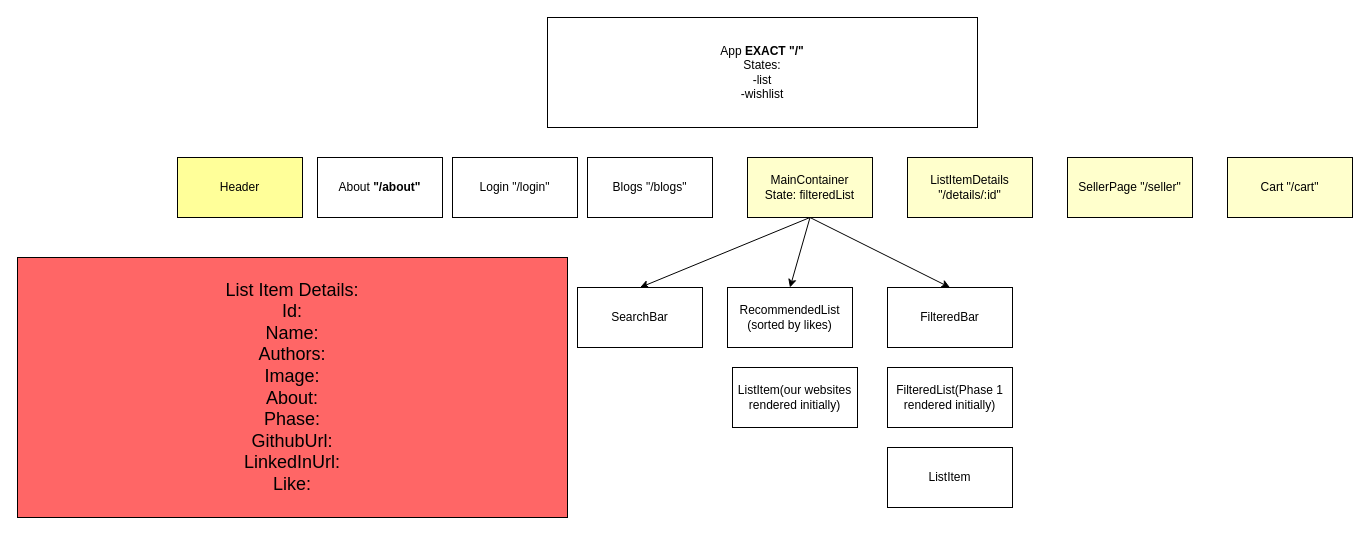
Above: flatapp-store/src/hierarchy.drawio in conniedc1206/flatapp-store-app (draw.io), before the change. Source tidied: cells renumbered, new cells numbered last; positions are measured from the earlier drawing's top-left corner, leaving out a move shared by most shapes. Both pictures are drawn from the tidied source at 100%, with x=0, y=0 at pixel (17, 17).
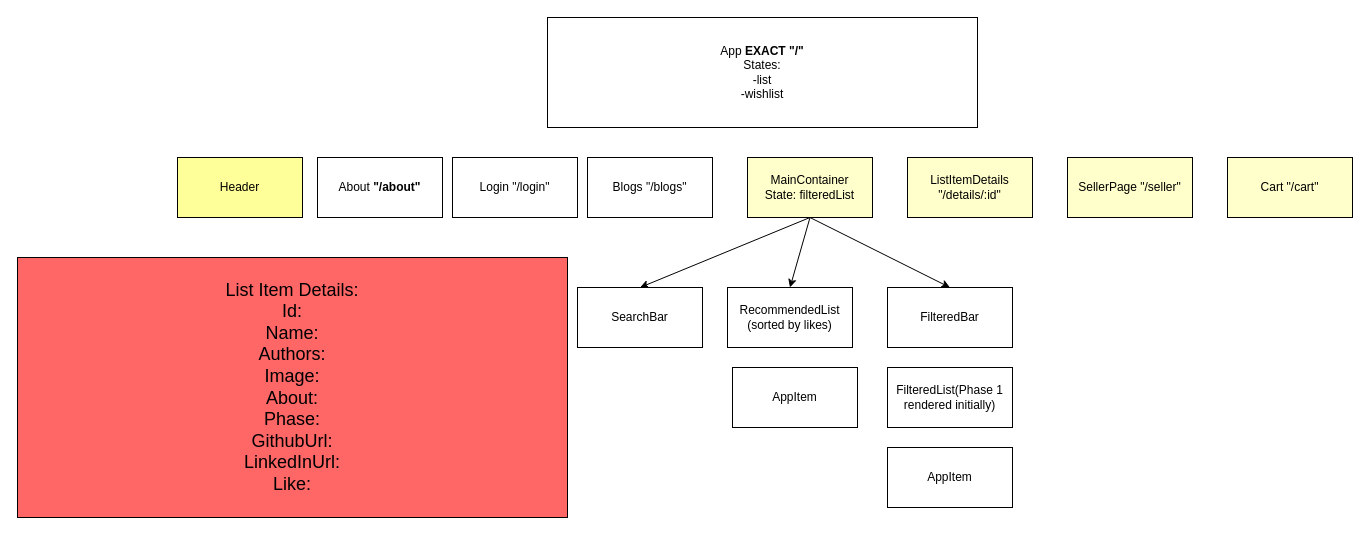
Above is the later version.

What changed in the source:
```diff
@@
-    <mxCell id="11" value="&lt;font color=&quot;#000000&quot;&gt;ListItem(our websites rendered initially)&lt;/font&gt;" style="rounded=0;whiteSpace=wrap;html=1;fillColor=#FFFFFF;" parent="1" vertex="1">
+    <mxCell id="11" value="&lt;font color=&quot;#000000&quot;&gt;AppItem&lt;/font&gt;" style="rounded=0;whiteSpace=wrap;html=1;fillColor=#FFFFFF;" parent="1" vertex="1">
       <mxGeometry x="715" y="350" width="125" height="60" as="geometry" />
     </mxCell>
-    <mxCell id="12" value="&lt;span style=&quot;color: rgb(0 , 0 , 0)&quot;&gt;ListItem&lt;/span&gt;" style="rounded=0;whiteSpace=wrap;html=1;fillColor=#FFFFFF;" parent="1" vertex="1">
+    <mxCell id="12" value="&lt;span style=&quot;color: rgb(0 , 0 , 0)&quot;&gt;AppItem&lt;/span&gt;" style="rounded=0;whiteSpace=wrap;html=1;fillColor=#FFFFFF;" parent="1" vertex="1">
       <mxGeometry x="870" y="430" width="125" height="60" as="geometry" />
     </mxCell>
```
